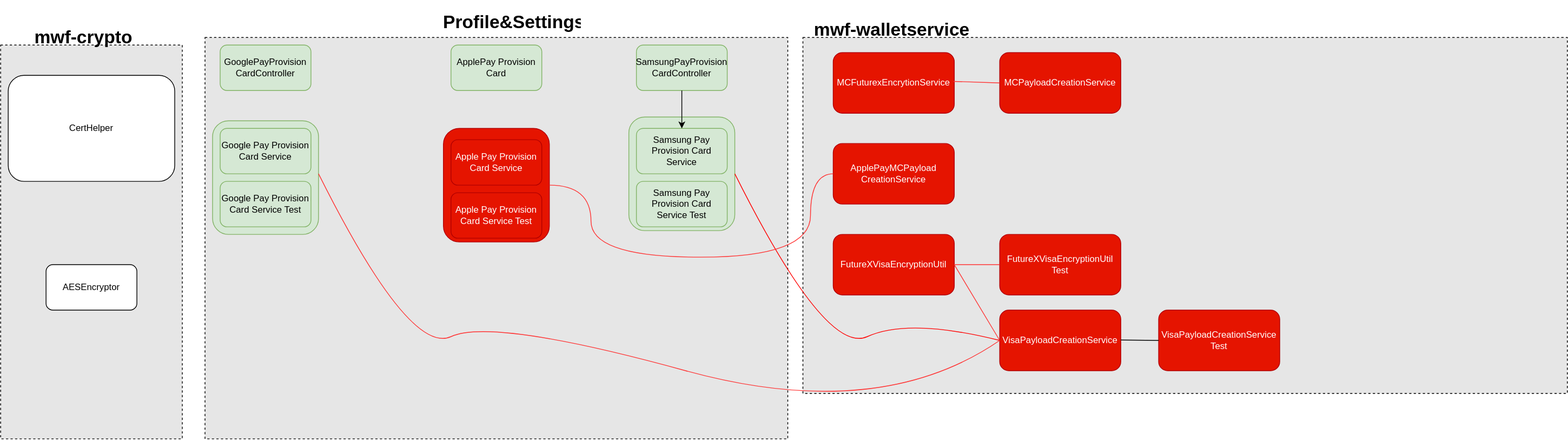
Before: Work Samples/WF/Bouncy_Castle_Dependencies_Removal.drawio.svg, a diagram exported from draw.io (uchiharizvi/design-diagrams). Source tidied: cells renumbered, new cells last; positions are measured from the earlier drawing's top-left corner, leaving out a move shared by most shapes.
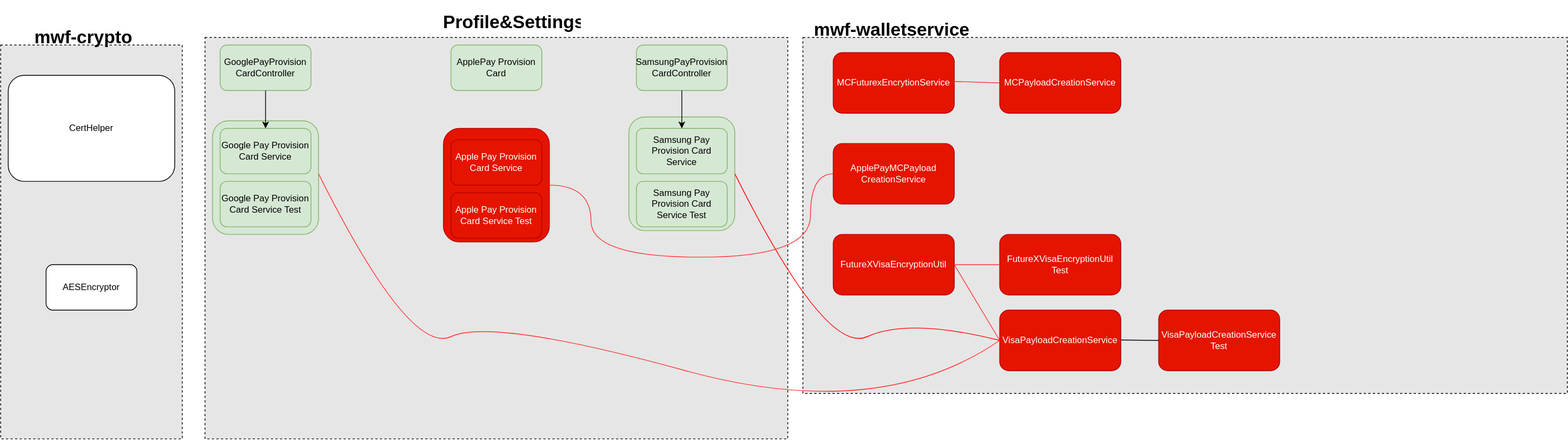
The same file after the commit.

Change to the diagram source:
```diff
@@ -129,5 +129,8 @@
     <mxCell id="36" style="endArrow=classic;html=1;rounded=0;exitX=0.5;exitY=1;exitDx=0;exitDy=0;entryX=0.5;entryY=0;entryDx=0;entryDy=0;" parent="1" edge="1" source="7" target="27">
       <mxGeometry relative="1" as="geometry" />
     </mxCell>
+    <mxCell id="37" style="endArrow=classic;html=1;rounded=0;exitX=0.5;exitY=1;exitDx=0;exitDy=0;entryX=0.5;entryY=0;entryDx=0;entryDy=0;" parent="1" edge="1" source="6" target="25">
+      <mxGeometry relative="1" as="geometry" />
+    </mxCell>
   </root>
 </mxGraphModel>
```
